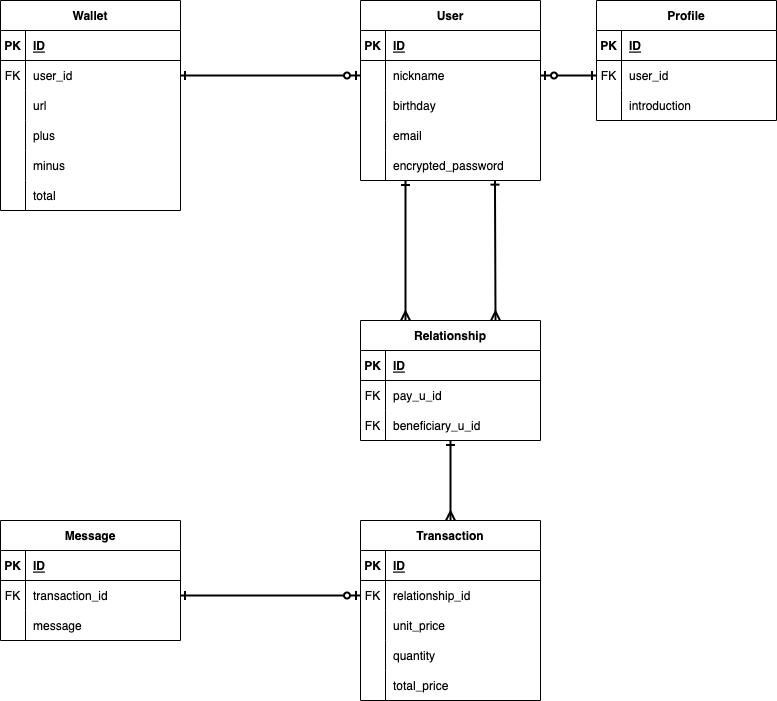
Before: .drawio.png, a diagram exported from draw.io (KayKawa/moji-wallet). Source tidied: cells renumbered, new cells last; positions are measured from the earlier drawing's top-left corner, leaving out a move shared by most shapes.
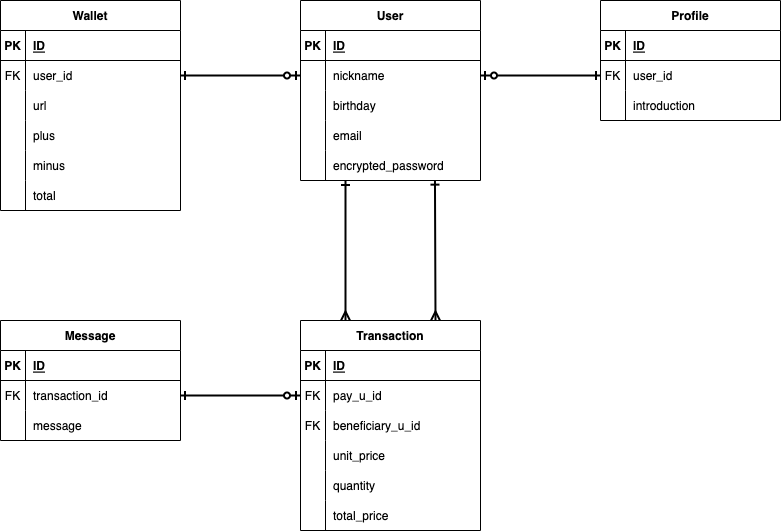
After the commit.

Commit message:
DB設計の変更

The edit, as a diff of the source:
```diff
@@ -5,11 +5,15 @@
     <mxCell id="2" style="edgeStyle=none;html=1;exitX=1;exitY=0.5;exitDx=0;exitDy=0;entryX=0;entryY=0.5;entryDx=0;entryDy=0;strokeWidth=2;endArrow=ERone;endFill=0;startArrow=ERzeroToOne;startFill=0;" parent="1" edge="1" source="9" target="25">
       <mxGeometry relative="1" as="geometry" />
     </mxCell>
-    <mxCell id="3" style="edgeStyle=none;html=1;entryX=0.75;entryY=0;entryDx=0;entryDy=0;startArrow=ERone;startFill=0;endArrow=ERmany;endFill=0;strokeWidth=2;exitX=0.747;exitY=0.988;exitDx=0;exitDy=0;exitPerimeter=0;" parent="1" edge="1" source="18" target="78">
-      <mxGeometry relative="1" as="geometry" />
+    <mxCell id="3" style="edgeStyle=none;html=1;entryX=0.75;entryY=0;entryDx=0;entryDy=0;startArrow=ERone;startFill=0;endArrow=ERmany;endFill=0;strokeWidth=2;exitX=0.747;exitY=0.988;exitDx=0;exitDy=0;exitPerimeter=0;" parent="1" edge="1" source="18">
+      <mxGeometry relative="1" as="geometry">
+        <mxPoint x="495" y="320" as="targetPoint" />
+      </mxGeometry>
     </mxCell>
-    <mxCell id="4" style="edgeStyle=none;html=1;entryX=0.25;entryY=0;entryDx=0;entryDy=0;startArrow=ERone;startFill=0;endArrow=ERmany;endFill=0;strokeWidth=2;exitX=0.25;exitY=1;exitDx=0;exitDy=0;exitPerimeter=0;" parent="1" edge="1" source="18" target="78">
-      <mxGeometry relative="1" as="geometry" />
+    <mxCell id="4" style="edgeStyle=none;html=1;entryX=0.25;entryY=0;entryDx=0;entryDy=0;startArrow=ERone;startFill=0;endArrow=ERmany;endFill=0;strokeWidth=2;exitX=0.25;exitY=1;exitDx=0;exitDy=0;exitPerimeter=0;" parent="1" edge="1" source="18">
+      <mxGeometry relative="1" as="geometry">
+        <mxPoint x="405" y="320" as="targetPoint" />
+      </mxGeometry>
     </mxCell>
     <mxCell id="5" value="User" style="shape=table;startSize=30;rowLines=0;fontStyle=1;align=center;" parent="1" vertex="1">
       <mxGeometry x="360" width="180" height="180" as="geometry" />
@@ -60,7 +64,7 @@
       <mxGeometry x="25" width="155" height="30" as="geometry" />
     </mxCell>
     <mxCell id="21" value="Profile" style="shape=table;startSize=30;rowLines=0;fontStyle=1;align=center;" parent="1" vertex="1">
-      <mxGeometry x="596" width="180" height="120" as="geometry" />
+      <mxGeometry x="660" width="180" height="120" as="geometry" />
     </mxCell>
     <mxCell id="22" style="shape=partialRectangle;fillColor=none;top=0;left=0;bottom=1;right=0;" parent="21" vertex="1">
       <mxGeometry y="30" width="180" height="30" as="geometry" />
@@ -90,7 +94,7 @@
       <mxGeometry x="25" width="155" height="30" as="geometry" />
     </mxCell>
     <mxCell id="31" value="Wallet" style="shape=table;startSize=30;rowLines=0;fontStyle=1;align=center;" parent="1" vertex="1">
-      <mxGeometry width="180" height="210" as="geometry" />
+      <mxGeometry x="60" width="180" height="210" as="geometry" />
     </mxCell>
     <mxCell id="32" style="shape=partialRectangle;fillColor=none;top=0;left=0;bottom=1;right=0;" parent="31" vertex="1">
       <mxGeometry y="30" width="180" height="30" as="geometry" />
@@ -147,7 +151,7 @@
       <mxGeometry x="25" width="155" height="30" as="geometry" />
     </mxCell>
     <mxCell id="50" value="Transaction" style="shape=table;startSize=30;rowLines=0;fontStyle=1;align=center;" parent="1" vertex="1">
-      <mxGeometry x="360" y="520" width="180" height="180" as="geometry" />
+      <mxGeometry x="360" y="320" width="180" height="210" as="geometry" />
     </mxCell>
     <mxCell id="51" style="shape=partialRectangle;fillColor=none;top=0;left=0;bottom=1;right=0;" parent="50" vertex="1">
       <mxGeometry y="30" width="180" height="30" as="geometry" />
@@ -164,11 +168,20 @@
     <mxCell id="55" value="FK" style="shape=partialRectangle;fillColor=none;top=0;left=0;bottom=0;right=0;overflow=hidden;" parent="54" vertex="1">
       <mxGeometry width="25" height="30" as="geometry" />
     </mxCell>
-    <mxCell id="56" value="relationship_id" style="shape=partialRectangle;fillColor=none;top=0;left=0;bottom=0;right=0;align=left;spacingLeft=6;overflow=hidden;" parent="54" vertex="1">
+    <mxCell id="56" value="pay_u_id" style="shape=partialRectangle;fillColor=none;top=0;left=0;bottom=0;right=0;align=left;spacingLeft=6;overflow=hidden;" parent="54" vertex="1">
       <mxGeometry x="25" width="155" height="30" as="geometry" />
     </mxCell>
+    <mxCell id="77" style="shape=partialRectangle;fillColor=none;top=0;left=0;bottom=0;right=0;" parent="50" vertex="1">
+      <mxGeometry y="90" width="180" height="30" as="geometry" />
+    </mxCell>
+    <mxCell id="89" value="FK" style="shape=partialRectangle;fillColor=none;top=0;left=0;bottom=0;right=0;overflow=hidden;" parent="77" vertex="1">
+      <mxGeometry width="25" height="30" as="geometry" />
+    </mxCell>
+    <mxCell id="87" value="beneficiary_u_id" style="shape=partialRectangle;fillColor=none;top=0;left=0;bottom=0;right=0;align=left;spacingLeft=6;overflow=hidden;" parent="77" vertex="1">
+      <mxGeometry x="25" width="155" height="30" as="geometry" />
+    </mxCell>
     <mxCell id="57" style="shape=partialRectangle;fillColor=none;top=0;left=0;bottom=0;right=0;" parent="50" vertex="1">
-      <mxGeometry y="90" width="180" height="30" as="geometry" />
+      <mxGeometry y="120" width="180" height="30" as="geometry" />
     </mxCell>
     <mxCell id="58" style="shape=partialRectangle;fillColor=none;top=0;left=0;bottom=0;right=0;overflow=hidden;" parent="57" vertex="1">
       <mxGeometry width="25" height="30" as="geometry" />
@@ -177,7 +190,7 @@
       <mxGeometry x="25" width="155" height="30" as="geometry" />
     </mxCell>
     <mxCell id="60" style="shape=partialRectangle;fillColor=none;top=0;left=0;bottom=0;right=0;" parent="50" vertex="1">
-      <mxGeometry y="120" width="180" height="30" as="geometry" />
+      <mxGeometry y="150" width="180" height="30" as="geometry" />
     </mxCell>
     <mxCell id="61" style="shape=partialRectangle;fillColor=none;top=0;left=0;bottom=0;right=0;overflow=hidden;" parent="60" vertex="1">
       <mxGeometry width="25" height="30" as="geometry" />
@@ -186,7 +199,7 @@
       <mxGeometry x="25" width="155" height="30" as="geometry" />
     </mxCell>
     <mxCell id="63" style="shape=partialRectangle;fillColor=none;top=0;left=0;bottom=0;right=0;" parent="50" vertex="1">
-      <mxGeometry y="150" width="180" height="30" as="geometry" />
+      <mxGeometry y="180" width="180" height="30" as="geometry" />
     </mxCell>
     <mxCell id="64" style="shape=partialRectangle;fillColor=none;top=0;left=0;bottom=0;right=0;overflow=hidden;" parent="63" vertex="1">
       <mxGeometry width="25" height="30" as="geometry" />
@@ -195,7 +208,7 @@
       <mxGeometry x="25" width="155" height="30" as="geometry" />
     </mxCell>
     <mxCell id="66" value="Message" style="shape=table;startSize=30;rowLines=0;fontStyle=1;align=center;" parent="1" vertex="1">
-      <mxGeometry y="520" width="180" height="120" as="geometry" />
+      <mxGeometry x="60" y="320" width="180" height="120" as="geometry" />
     </mxCell>
     <mxCell id="67" style="shape=partialRectangle;fillColor=none;top=0;left=0;bottom=1;right=0;" parent="66" vertex="1">
       <mxGeometry y="30" width="180" height="30" as="geometry" />
@@ -227,39 +240,6 @@
     <mxCell id="76" style="edgeStyle=none;html=1;exitX=0;exitY=0.5;exitDx=0;exitDy=0;entryX=1;entryY=0.5;entryDx=0;entryDy=0;startArrow=ERzeroToOne;startFill=0;endArrow=ERone;endFill=0;strokeWidth=2;" parent="1" edge="1" source="9" target="35">
       <mxGeometry relative="1" as="geometry" />
     </mxCell>
-    <mxCell id="77" style="edgeStyle=none;html=1;entryX=0.5;entryY=0;entryDx=0;entryDy=0;startArrow=ERone;startFill=0;endArrow=ERmany;endFill=0;strokeWidth=2;" parent="1" edge="1" source="78" target="50">
-      <mxGeometry relative="1" as="geometry" />
-    </mxCell>
-    <mxCell id="78" value="Relationship" style="shape=table;startSize=30;rowLines=0;fontStyle=1;align=center;" parent="1" vertex="1">
-      <mxGeometry x="360" y="320" width="180" height="120" as="geometry" />
-    </mxCell>
-    <mxCell id="79" style="shape=partialRectangle;fillColor=none;top=0;left=0;bottom=1;right=0;" parent="78" vertex="1">
-      <mxGeometry y="30" width="180" height="30" as="geometry" />
-    </mxCell>
-    <mxCell id="80" value="PK" style="shape=partialRectangle;fillColor=none;top=0;left=0;bottom=0;right=0;fontStyle=1;overflow=hidden;" parent="79" vertex="1">
-      <mxGeometry width="25" height="30" as="geometry" />
-    </mxCell>
-    <mxCell id="81" value="ID" style="shape=partialRectangle;fillColor=none;top=0;left=0;bottom=0;right=0;align=left;spacingLeft=6;fontStyle=5;overflow=hidden;" parent="79" vertex="1">
-      <mxGeometry x="25" width="155" height="30" as="geometry" />
-    </mxCell>
-    <mxCell id="82" style="shape=partialRectangle;fillColor=none;top=0;left=0;bottom=0;right=0;" parent="78" vertex="1">
-      <mxGeometry y="60" width="180" height="30" as="geometry" />
-    </mxCell>
-    <mxCell id="83" value="FK" style="shape=partialRectangle;fillColor=none;top=0;left=0;bottom=0;right=0;overflow=hidden;" parent="82" vertex="1">
-      <mxGeometry width="25" height="30" as="geometry" />
-    </mxCell>
-    <mxCell id="84" value="pay_u_id" style="shape=partialRectangle;fillColor=none;top=0;left=0;bottom=0;right=0;align=left;spacingLeft=6;overflow=hidden;" parent="82" vertex="1">
-      <mxGeometry x="25" width="155" height="30" as="geometry" />
-    </mxCell>
-    <mxCell id="85" style="shape=partialRectangle;fillColor=none;top=0;left=0;bottom=0;right=0;" parent="78" vertex="1">
-      <mxGeometry y="90" width="180" height="30" as="geometry" />
-    </mxCell>
-    <mxCell id="86" value="FK" style="shape=partialRectangle;fillColor=none;top=0;left=0;bottom=0;right=0;overflow=hidden;" parent="85" vertex="1">
-      <mxGeometry width="25" height="30" as="geometry" />
-    </mxCell>
-    <mxCell id="87" value="beneficiary_u_id" style="shape=partialRectangle;fillColor=none;top=0;left=0;bottom=0;right=0;align=left;spacingLeft=6;overflow=hidden;" parent="85" vertex="1">
-      <mxGeometry x="25" width="155" height="30" as="geometry" />
-    </mxCell>
     <mxCell id="88" style="edgeStyle=none;html=1;entryX=1;entryY=0.5;entryDx=0;entryDy=0;startArrow=ERzeroToOne;startFill=0;endArrow=ERone;endFill=0;strokeWidth=2;" parent="1" edge="1" source="54" target="70">
       <mxGeometry relative="1" as="geometry" />
     </mxCell>
```
